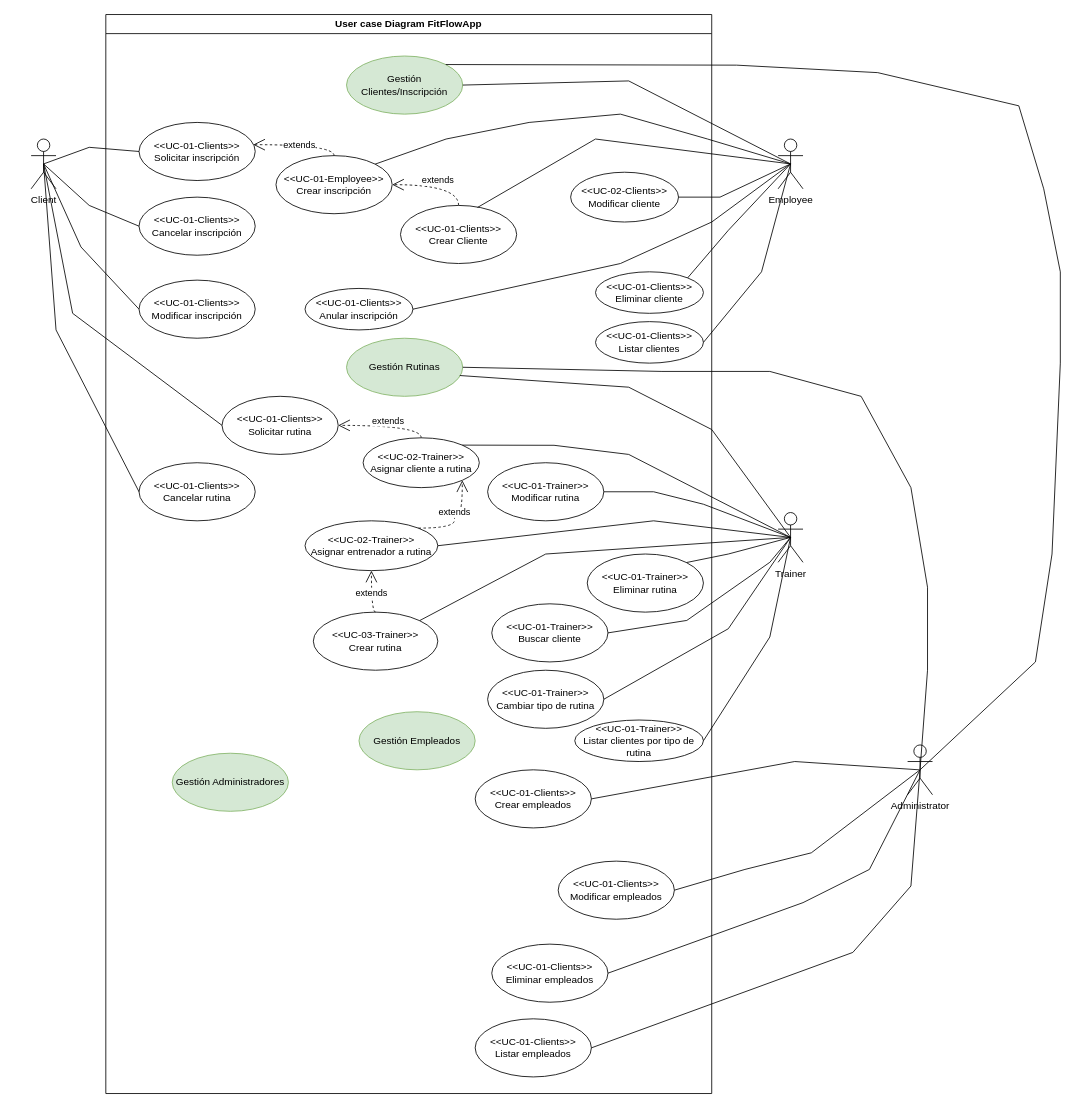
Earlier version of the draw.io diagram docs/diagrams/UserCaseDiagram.drawio (PaniaguaSanty/FitTest). Source tidied: cells renumbered, new cells numbered last; positions are measured from the earlier drawing's top-left corner, leaving out a move shared by most shapes. Both pictures are drawn from the tidied source at 83%, with x=0, y=0 at pixel (31, 14).
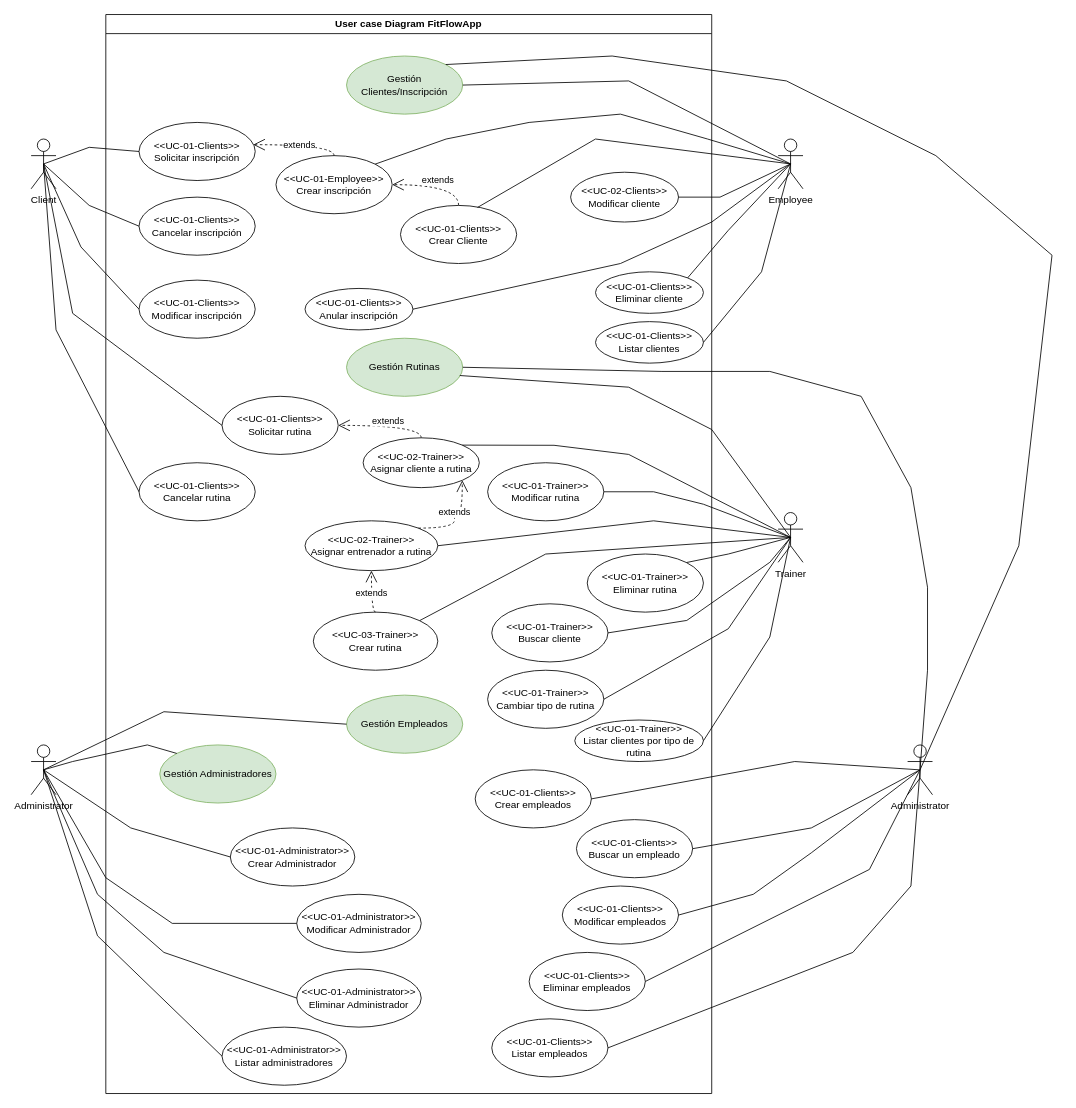
The same page after the edit.

Unchanged cells that the change refers to:
```xml
<mxCell id="2" value="User case Diagram FitFlowApp" style="swimlane;whiteSpace=wrap;html=1;" parent="1" vertex="1">
  <mxGeometry x="90" width="730" height="1300" as="geometry" />
</mxCell>
<mxCell id="4" value="&lt;div&gt;Gestión Clientes/Inscripción&lt;/div&gt;" style="ellipse;whiteSpace=wrap;html=1;fillColor=#d5e8d4;strokeColor=#82b366;" parent="2" vertex="1">
  <mxGeometry x="290" y="50" width="140" height="70" as="geometry" />
</mxCell>
<mxCell id="57" value="Administrator" style="shape=umlActor;verticalLabelPosition=bottom;verticalAlign=top;html=1;outlineConnect=0;" parent="1" vertex="1">
  <mxGeometry x="1056" y="880" width="30" height="60" as="geometry" />
</mxCell>
```

Diff of the diagram source:
```diff
@@
     <mxCell id="27" value="&lt;div&gt;Gestión Empleados&lt;/div&gt;" style="ellipse;whiteSpace=wrap;html=1;fillColor=#d5e8d4;strokeColor=#82b366;" parent="2" vertex="1">
-      <mxGeometry x="305" y="840" width="140" height="70" as="geometry" />
+      <mxGeometry x="290" y="820" width="140" height="70" as="geometry" />
     </mxCell>
     <mxCell id="28" value="&lt;div&gt;Gestión Administradores&lt;/div&gt;" style="ellipse;whiteSpace=wrap;html=1;fillColor=#d5e8d4;strokeColor=#82b366;" parent="2" vertex="1">
-      <mxGeometry x="80" y="890" width="140" height="70" as="geometry" />
+      <mxGeometry x="65" y="880" width="140" height="70" as="geometry" />
     </mxCell>
@@
     <mxCell id="31" value="&amp;lt;&amp;lt;UC-01-Clients&amp;gt;&amp;gt;&lt;div&gt;Modificar empleados&lt;/div&gt;" style="ellipse;whiteSpace=wrap;html=1;" parent="2" vertex="1">
-      <mxGeometry x="545" y="1020" width="140" height="70" as="geometry" />
+      <mxGeometry x="550" y="1050" width="140" height="70" as="geometry" />
     </mxCell>
     <mxCell id="32" style="endArrow=none;html=1;rounded=0;exitX=1;exitY=0.5;exitDx=0;exitDy=0;" parent="2" edge="1" source="31">
       <mxGeometry relative="1" as="geometry">
         <mxPoint x="981" y="910" as="targetPoint" />
         <Array as="points">
-          <mxPoint x="770" y="1030" />
+          <mxPoint x="780" y="1060" />
           <mxPoint x="850" y="1010" />
         </Array>
       </mxGeometry>
     </mxCell>
     <mxCell id="33" value="&amp;lt;&amp;lt;UC-01-Clients&amp;gt;&amp;gt;&lt;div&gt;Eliminar empleados&lt;/div&gt;" style="ellipse;whiteSpace=wrap;html=1;" parent="2" vertex="1">
-      <mxGeometry x="465" y="1120" width="140" height="70" as="geometry" />
+      <mxGeometry x="510" y="1130" width="140" height="70" as="geometry" />
     </mxCell>
@@
     <mxCell id="35" value="&amp;lt;&amp;lt;UC-01-Clients&amp;gt;&amp;gt;&lt;div&gt;Listar empleados&lt;/div&gt;" style="ellipse;whiteSpace=wrap;html=1;" parent="2" vertex="1">
-      <mxGeometry x="445" y="1210" width="140" height="70" as="geometry" />
+      <mxGeometry x="465" y="1210" width="140" height="70" as="geometry" />
     </mxCell>
@@
+    <mxCell id="66" value="&amp;lt;&amp;lt;UC-01-Clients&amp;gt;&amp;gt;&lt;div&gt;Buscar un empleado&lt;/div&gt;" style="ellipse;whiteSpace=wrap;html=1;" parent="2" vertex="1">
+      <mxGeometry x="567" y="970" width="140" height="70" as="geometry" />
+    </mxCell>
+    <mxCell id="67" value="&amp;lt;&amp;lt;UC-01-Administrator&amp;gt;&amp;gt;&lt;div&gt;Crear Administrador&lt;/div&gt;" style="ellipse;whiteSpace=wrap;html=1;" parent="2" vertex="1">
+      <mxGeometry x="150" y="980" width="150" height="70" as="geometry" />
+    </mxCell>
+    <mxCell id="68" value="&amp;lt;&amp;lt;UC-01-Administrator&amp;gt;&amp;gt;&lt;div&gt;Modificar Administrador&lt;/div&gt;" style="ellipse;whiteSpace=wrap;html=1;" parent="2" vertex="1">
+      <mxGeometry x="230" y="1060" width="150" height="70" as="geometry" />
+    </mxCell>
+    <mxCell id="69" value="&amp;lt;&amp;lt;UC-01-Administrator&amp;gt;&amp;gt;&lt;div&gt;Eliminar Administrador&lt;/div&gt;" style="ellipse;whiteSpace=wrap;html=1;" parent="2" vertex="1">
+      <mxGeometry x="230" y="1150" width="150" height="70" as="geometry" />
+    </mxCell>
+    <mxCell id="70" value="&amp;lt;&amp;lt;UC-01-Administrator&amp;gt;&amp;gt;&lt;div&gt;Listar administradores&lt;/div&gt;" style="ellipse;whiteSpace=wrap;html=1;" parent="2" vertex="1">
+      <mxGeometry x="140" y="1220" width="150" height="70" as="geometry" />
+    </mxCell>
@@
-    <mxCell id="59" style="endArrow=none;html=1;rounded=0;entryX=0.5;entryY=0.5;entryDx=0;entryDy=0;entryPerimeter=0;exitX=1;exitY=0;exitDx=0;exitDy=0;" parent="1" edge="1" source="4" target="57">
-      <mxGeometry relative="1" as="geometry">
-        <Array as="points">
-          <mxPoint x="850" y="61" />
-          <mxPoint x="1020" y="70" />
-          <mxPoint x="1190" y="110" />
-          <mxPoint x="1220" y="210" />
-          <mxPoint x="1240" y="310" />
-          <mxPoint x="1240" y="420" />
-          <mxPoint x="1230" y="650" />
-          <mxPoint x="1210" y="780" />
-        </Array>
-      </mxGeometry>
-    </mxCell>
@@
+    <mxCell id="71" style="endArrow=none;html=1;rounded=0;entryX=0.5;entryY=0.5;entryDx=0;entryDy=0;entryPerimeter=0;exitX=1;exitY=0.5;exitDx=0;exitDy=0;" parent="1" edge="1" source="66" target="57">
+      <mxGeometry relative="1" as="geometry">
+        <Array as="points">
+          <mxPoint x="940" y="980" />
+        </Array>
+      </mxGeometry>
+    </mxCell>
+    <mxCell id="72" value="Administrator" style="shape=umlActor;verticalLabelPosition=bottom;verticalAlign=top;html=1;outlineConnect=0;" parent="1" vertex="1">
+      <mxGeometry y="880" width="30" height="60" as="geometry" />
+    </mxCell>
+    <mxCell id="73" style="endArrow=none;html=1;rounded=0;exitX=0.5;exitY=0.5;exitDx=0;exitDy=0;exitPerimeter=0;entryX=0;entryY=0.5;entryDx=0;entryDy=0;" parent="1" edge="1" source="72" target="67">
+      <mxGeometry relative="1" as="geometry">
+        <Array as="points">
+          <mxPoint x="120" y="980" />
+        </Array>
+      </mxGeometry>
+    </mxCell>
+    <mxCell id="74" style="endArrow=none;html=1;rounded=0;exitX=0.5;exitY=0.5;exitDx=0;exitDy=0;exitPerimeter=0;entryX=0;entryY=0.5;entryDx=0;entryDy=0;" parent="1" edge="1" source="72" target="68">
+      <mxGeometry relative="1" as="geometry">
+        <Array as="points">
+          <mxPoint x="90" y="1040" />
+          <mxPoint x="170" y="1095" />
+        </Array>
+      </mxGeometry>
+    </mxCell>
+    <mxCell id="75" style="endArrow=none;html=1;rounded=0;exitX=0.5;exitY=0.5;exitDx=0;exitDy=0;exitPerimeter=0;entryX=0;entryY=0.5;entryDx=0;entryDy=0;" parent="1" edge="1" source="72" target="69">
+      <mxGeometry relative="1" as="geometry">
+        <Array as="points">
+          <mxPoint x="80" y="1060" />
+          <mxPoint x="160" y="1130" />
+        </Array>
+      </mxGeometry>
+    </mxCell>
+    <mxCell id="76" style="endArrow=none;html=1;rounded=0;exitX=0.5;exitY=0.5;exitDx=0;exitDy=0;exitPerimeter=0;entryX=0;entryY=0.5;entryDx=0;entryDy=0;" parent="1" edge="1" source="72" target="70">
+      <mxGeometry relative="1" as="geometry">
+        <Array as="points">
+          <mxPoint x="80" y="1110" />
+        </Array>
+      </mxGeometry>
+    </mxCell>
+    <mxCell id="77" style="endArrow=none;html=1;rounded=0;entryX=0.5;entryY=0.5;entryDx=0;entryDy=0;entryPerimeter=0;exitX=0;exitY=0;exitDx=0;exitDy=0;" parent="1" edge="1" source="28" target="72">
+      <mxGeometry relative="1" as="geometry">
+        <Array as="points">
+          <mxPoint x="140" y="880" />
+          <mxPoint x="50" y="900" />
+        </Array>
+      </mxGeometry>
+    </mxCell>
+    <mxCell id="78" style="endArrow=none;html=1;rounded=0;exitX=0.5;exitY=0.5;exitDx=0;exitDy=0;exitPerimeter=0;entryX=0;entryY=0.5;entryDx=0;entryDy=0;" parent="1" edge="1" source="72" target="27">
+      <mxGeometry relative="1" as="geometry">
+        <Array as="points">
+          <mxPoint x="160" y="840" />
+        </Array>
+      </mxGeometry>
+    </mxCell>
+    <mxCell id="79" style="endArrow=none;html=1;rounded=0;exitX=0.5;exitY=0.5;exitDx=0;exitDy=0;exitPerimeter=0;entryX=1;entryY=0;entryDx=0;entryDy=0;" parent="1" edge="1" source="57" target="4">
+      <mxGeometry relative="1" as="geometry">
+        <Array as="points">
+          <mxPoint x="1190" y="640" />
+          <mxPoint x="1230" y="290" />
+          <mxPoint x="1090" y="170" />
+          <mxPoint x="910" y="80" />
+          <mxPoint x="700" y="50" />
+        </Array>
+      </mxGeometry>
+    </mxCell>
```
